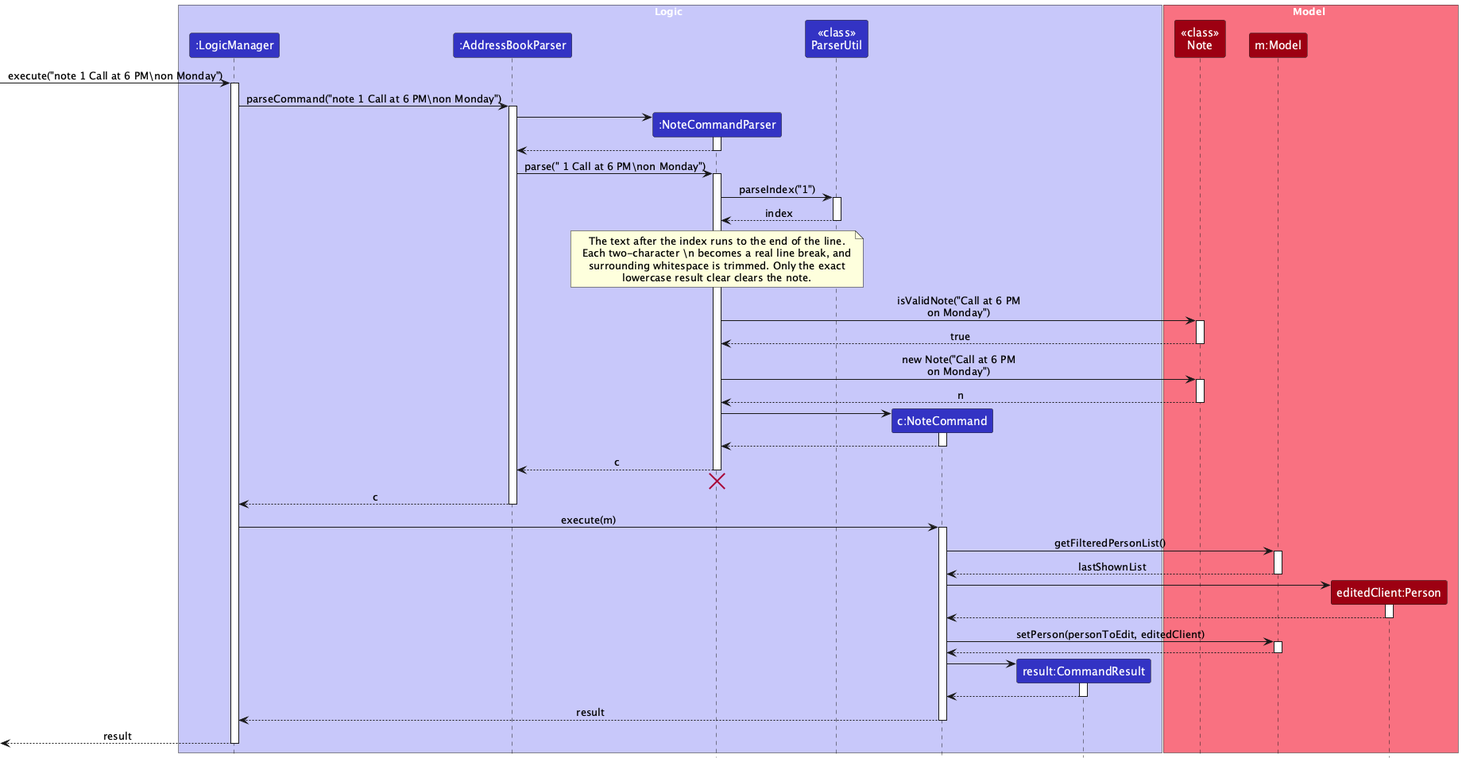
Before: docs/images/NoteSequenceDiagram.png, a diagram exported from PlantUML (AY2627S1-CS2103T-W09-3/tp). Source of this version:
```plantuml
@startuml
!include style.puml
skinparam ArrowFontStyle plain

box Logic LOGIC_COLOR_T1
participant ":LogicManager" as LogicManager LOGIC_COLOR
participant ":AddressBookParser" as AddressBookParser LOGIC_COLOR
participant ":NoteCommandParser" as NoteCommandParser LOGIC_COLOR
participant "<<class>>\nParserUtil" as ParserUtil LOGIC_COLOR
participant "c:NoteCommand" as NoteCommand LOGIC_COLOR
participant "result:CommandResult" as CommandResult LOGIC_COLOR
end box

box Model MODEL_COLOR_T1
participant "<<class>>\nNote" as Note MODEL_COLOR
participant "m:Model" as Model MODEL_COLOR
participant "editedClient:Person" as Person MODEL_COLOR
end box

[-> LogicManager : execute("note 1 Call at 6 PM\\non Monday")
activate LogicManager

LogicManager -> AddressBookParser : parseCommand("note 1 Call at 6 PM\\non Monday")
activate AddressBookParser

create NoteCommandParser
AddressBookParser -> NoteCommandParser
activate NoteCommandParser

NoteCommandParser --> AddressBookParser
deactivate NoteCommandParser

AddressBookParser -> NoteCommandParser : parse(" 1 Call at 6 PM\\non Monday")
activate NoteCommandParser

NoteCommandParser -> ParserUtil : parseIndex("1")
activate ParserUtil

ParserUtil --> NoteCommandParser : index
deactivate ParserUtil

note over NoteCommandParser
The text after the index runs to the end of the line.
Each two-character \n becomes a real line break, and
surrounding whitespace is trimmed. Only the exact
lowercase result clear clears the note.
end note

NoteCommandParser -> Note : isValidNote("Call at 6 PM\non Monday")
activate Note

Note --> NoteCommandParser : true
deactivate Note

NoteCommandParser -> Note : new Note("Call at 6 PM\non Monday")
activate Note

Note --> NoteCommandParser : n
deactivate Note

create NoteCommand
NoteCommandParser -> NoteCommand
activate NoteCommand

NoteCommand --> NoteCommandParser
deactivate NoteCommand

NoteCommandParser --> AddressBookParser : c
deactivate NoteCommandParser
NoteCommandParser -[hidden]-> AddressBookParser
destroy NoteCommandParser

AddressBookParser --> LogicManager : c
deactivate AddressBookParser

LogicManager -> NoteCommand : execute(m)
activate NoteCommand

NoteCommand -> Model : getFilteredPersonList()
activate Model

Model --> NoteCommand : lastShownList
deactivate Model

create Person
NoteCommand -> Person
activate Person

Person --> NoteCommand
deactivate Person

NoteCommand -> Model : setPerson(personToEdit, editedClient)
activate Model

Model --> NoteCommand
deactivate Model

create CommandResult
NoteCommand -> CommandResult
activate CommandResult

CommandResult --> NoteCommand
deactivate CommandResult

NoteCommand --> LogicManager : result
deactivate NoteCommand

[<--LogicManager : result
deactivate LogicManager
@enduml
```
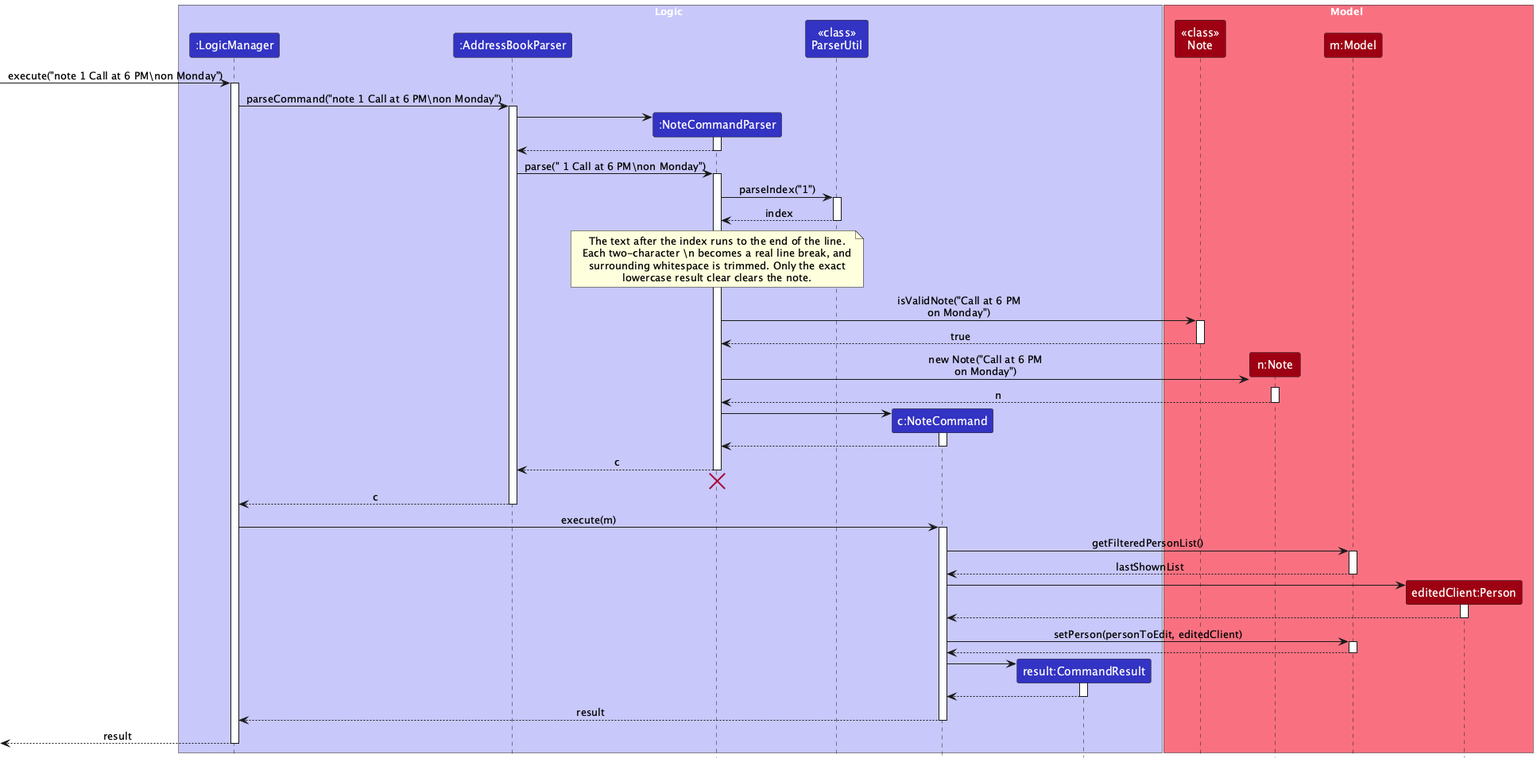
The same diagram one commit later.

Commit message:
Add note command and complete documentation

Change to the diagram source:
```diff
@@ -13,6 +13,7 @@
 
 box Model MODEL_COLOR_T1
 participant "<<class>>\nNote" as Note MODEL_COLOR
+participant "n:Note" as NoteInstance MODEL_COLOR
 participant "m:Model" as Model MODEL_COLOR
 participant "editedClient:Person" as Person MODEL_COLOR
 end box
@@ -52,11 +53,11 @@
 Note --> NoteCommandParser : true
 deactivate Note
 
-NoteCommandParser -> Note : new Note("Call at 6 PM\non Monday")
-activate Note
+NoteCommandParser -> NoteInstance ** : new Note("Call at 6 PM\non Monday")
+activate NoteInstance
 
-Note --> NoteCommandParser : n
-deactivate Note
+NoteInstance --> NoteCommandParser : n
+deactivate NoteInstance
 
 create NoteCommand
 NoteCommandParser -> NoteCommand
```
